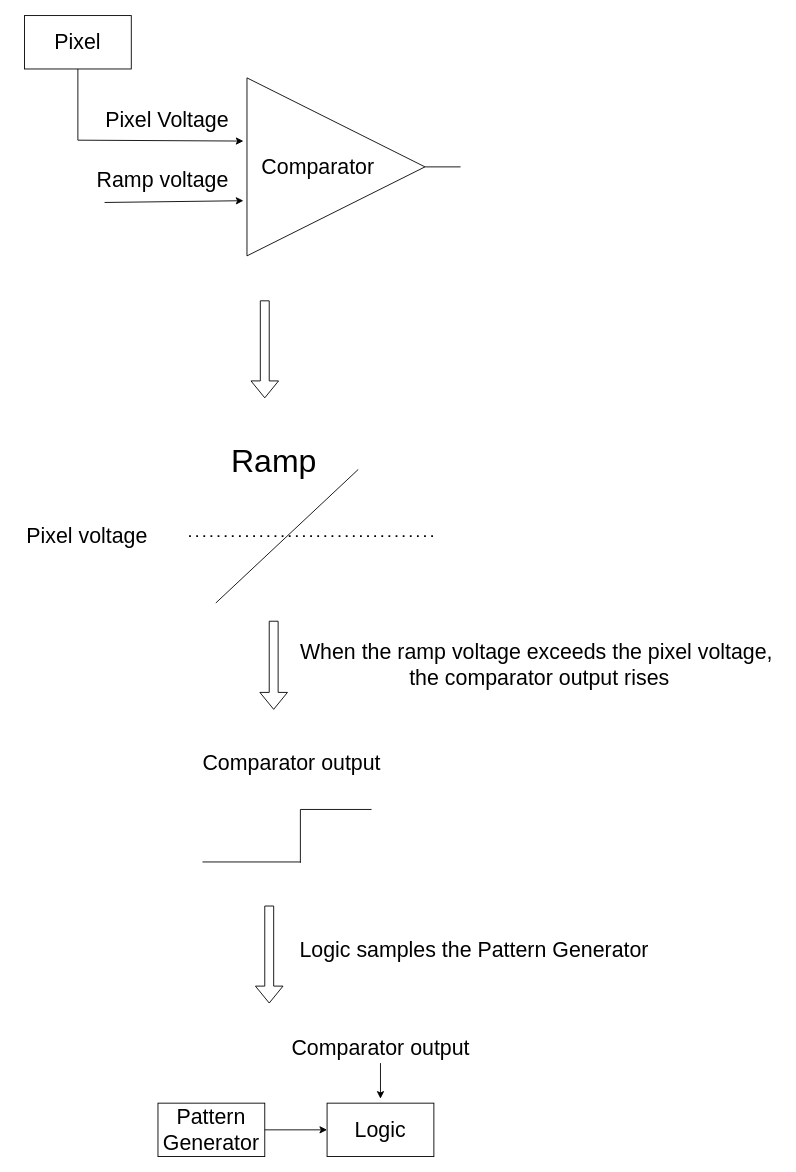
Above: Diagrams/step1.drawio in sabarioded/Patterns_Project (draw.io), before the change. Source tidied: cells renumbered, new cells numbered last; positions are measured from the earlier drawing's top-left corner, leaving out a move shared by most shapes. Both pictures are drawn from the tidied source at 89%, with x=0, y=0 at pixel (15, 15).
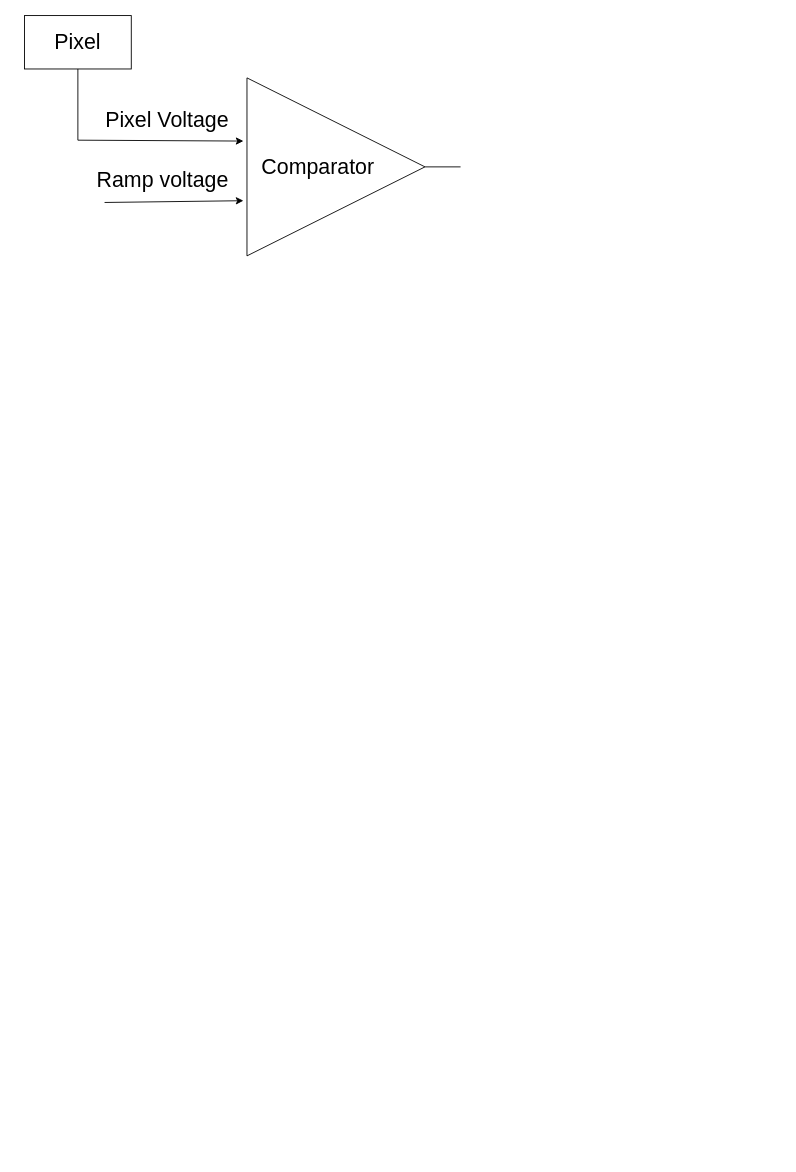
The same diagram, later.

What changed in the source:
```diff
@@
-    <mxCell id="6" style="endArrow=none;html=1;rounded=0;" parent="1" edge="1">
-      <mxGeometry relative="1" as="geometry">
-        <mxPoint x="225" y="660" as="sourcePoint" />
-        <mxPoint x="385" y="510" as="targetPoint" />
-      </mxGeometry>
-    </mxCell>
-    <mxCell id="7" value="&lt;font style=&quot;font-size: 24px;&quot;&gt;Pixel voltage&lt;/font&gt;" style="text;html=1;align=center;verticalAlign=middle;strokeColor=none;fillColor=none;" parent="1" vertex="1">
-      <mxGeometry y="565" width="160" height="40" as="geometry" />
-    </mxCell>
@@
-    <mxCell id="9" style="endArrow=none;html=1;rounded=0;" parent="1" edge="1">
-      <mxGeometry relative="1" as="geometry">
-        <mxPoint x="210" y="951" as="sourcePoint" />
-        <mxPoint x="320" y="951" as="targetPoint" />
-      </mxGeometry>
-    </mxCell>
-    <mxCell id="10" style="endArrow=none;html=1;rounded=0;" parent="1" edge="1">
-      <mxGeometry relative="1" as="geometry">
-        <mxPoint x="320" y="952" as="sourcePoint" />
-        <mxPoint x="320" y="892" as="targetPoint" />
-      </mxGeometry>
-    </mxCell>
@@
-    <mxCell id="12" style="endArrow=none;html=1;rounded=0;" parent="1" edge="1">
-      <mxGeometry relative="1" as="geometry">
-        <mxPoint x="320" y="892" as="sourcePoint" />
-        <mxPoint x="400" y="892" as="targetPoint" />
-      </mxGeometry>
-    </mxCell>
@@
-    <mxCell id="15" value="&lt;font style=&quot;font-size: 36px;&quot;&gt;Ramp&lt;/font&gt;" style="text;html=1;align=center;verticalAlign=middle;strokeColor=none;fillColor=none;" parent="1" vertex="1">
-      <mxGeometry x="230" y="470" width="120" height="60" as="geometry" />
-    </mxCell>
-    <mxCell id="16" style="endArrow=none;dashed=1;html=1;dashPattern=1 3;strokeWidth=2;rounded=0;" parent="1" edge="1">
-      <mxGeometry relative="1" as="geometry">
-        <mxPoint x="195" y="585" as="sourcePoint" />
-        <mxPoint x="475" y="585" as="targetPoint" />
-      </mxGeometry>
-    </mxCell>
-    <mxCell id="17" style="shape=flexArrow;endArrow=classic;html=1;rounded=0;" parent="1" edge="1">
-      <mxGeometry relative="1" as="geometry">
-        <mxPoint x="290" y="680" as="sourcePoint" />
-        <mxPoint x="290" y="780" as="targetPoint" />
-      </mxGeometry>
-    </mxCell>
@@
-    <mxCell id="19" value="&lt;font style=&quot;font-size: 24px;&quot;&gt;Comparator output&lt;/font&gt;" style="text;html=1;align=center;verticalAlign=middle;strokeColor=none;fillColor=none;" parent="1" vertex="1">
-      <mxGeometry x="200" y="820" width="220" height="40" as="geometry" />
-    </mxCell>
-    <mxCell id="20" style="shape=flexArrow;endArrow=classic;html=1;rounded=0;" parent="1" edge="1">
-      <mxGeometry relative="1" as="geometry">
-        <mxPoint x="280" y="320" as="sourcePoint" />
-        <mxPoint x="280" y="430" as="targetPoint" />
-      </mxGeometry>
-    </mxCell>
-    <mxCell id="21" style="shape=flexArrow;endArrow=classic;html=1;rounded=0;" parent="1" edge="1">
-      <mxGeometry relative="1" as="geometry">
-        <mxPoint x="285" y="1000" as="sourcePoint" />
-        <mxPoint x="285" y="1110" as="targetPoint" />
-      </mxGeometry>
-    </mxCell>
-    <mxCell id="22" value="&lt;font style=&quot;font-size: 24px;&quot;&gt;Pattern Generator&lt;/font&gt;" style="rounded=0;whiteSpace=wrap;html=1;" parent="1" vertex="1">
-      <mxGeometry x="160" y="1222" width="120" height="60" as="geometry" />
-    </mxCell>
-    <mxCell id="23" value="&lt;font style=&quot;font-size: 24px;&quot;&gt;Logic&lt;/font&gt;" style="rounded=0;whiteSpace=wrap;html=1;" parent="1" vertex="1">
-      <mxGeometry x="350" y="1222" width="120" height="60" as="geometry" />
-    </mxCell>
-    <mxCell id="24" style="endArrow=classic;html=1;rounded=0;" parent="1" edge="1">
-      <mxGeometry relative="1" as="geometry">
-        <mxPoint x="410" y="1177" as="sourcePoint" />
-        <mxPoint x="410" y="1217" as="targetPoint" />
-      </mxGeometry>
-    </mxCell>
-    <mxCell id="25" value="&lt;font style=&quot;font-size: 24px;&quot;&gt;Comparator output&lt;/font&gt;" style="text;html=1;align=center;verticalAlign=middle;strokeColor=none;fillColor=none;" parent="1" vertex="1">
-      <mxGeometry x="300" y="1140" width="220" height="40" as="geometry" />
-    </mxCell>
-    <mxCell id="26" style="endArrow=classic;html=1;rounded=0;entryX=0;entryY=0.5;entryDx=0;entryDy=0;exitX=1;exitY=0.5;exitDx=0;exitDy=0;" parent="1" edge="1" source="22" target="23">
-      <mxGeometry relative="1" as="geometry" />
-    </mxCell>
-    <mxCell id="27" value="&lt;font style=&quot;font-size: 24px;&quot;&gt;Logic samples the Pattern Generator&lt;/font&gt;" style="text;html=1;align=center;verticalAlign=middle;strokeColor=none;fillColor=none;" parent="1" vertex="1">
-      <mxGeometry x="305" y="1030" width="420" height="40" as="geometry" />
-    </mxCell>
-    <mxCell id="28" value="&lt;font style=&quot;font-size: 24px;&quot;&gt;When the ramp voltage exceeds the pixel voltage,&lt;/font&gt;&lt;div&gt;&lt;font style=&quot;font-size: 24px;&quot;&gt;&amp;nbsp;the comparator output rises&lt;/font&gt;&lt;/div&gt;" style="text;html=1;align=center;verticalAlign=middle;strokeColor=none;fillColor=none;" parent="1" vertex="1">
-      <mxGeometry x="310" y="695" width="550" height="70" as="geometry" />
-    </mxCell>
```
